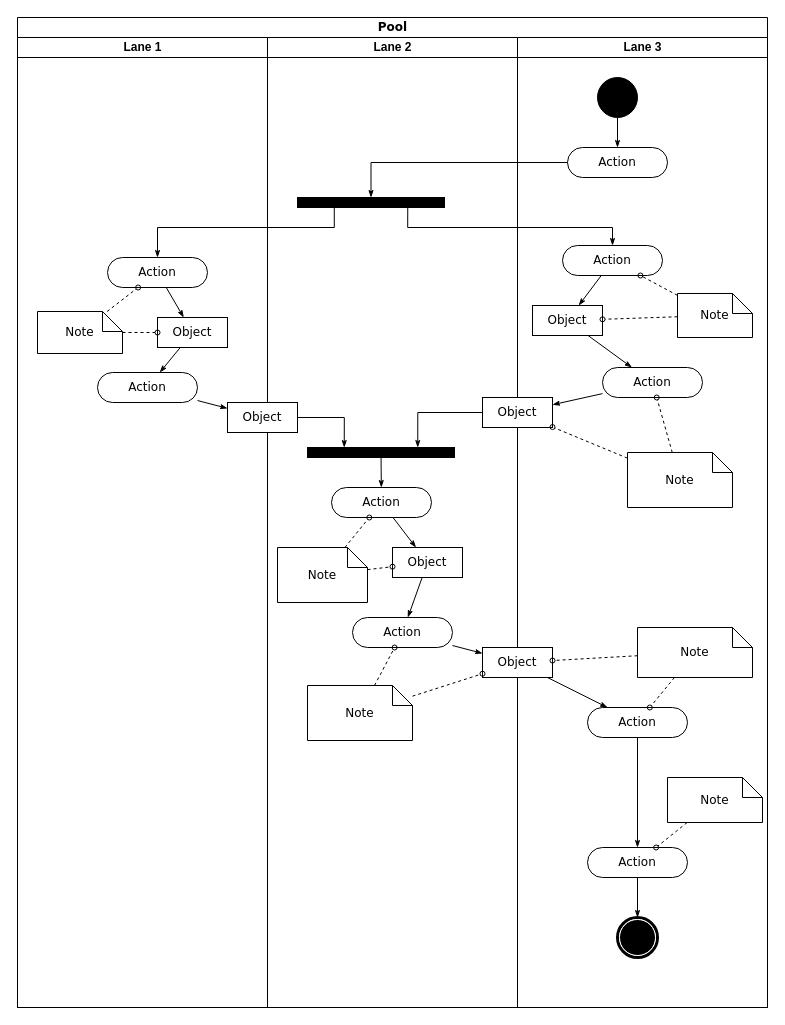
Above: 整体活动图.drawio in RexZheng-cug/chart (draw.io), before the change. Source tidied: cells renumbered, new cells numbered last; positions are measured from the earlier drawing's top-left corner, leaving out a move shared by most shapes. Both pictures are drawn from the tidied source at 100%, with x=0, y=0 at pixel (17, 17).
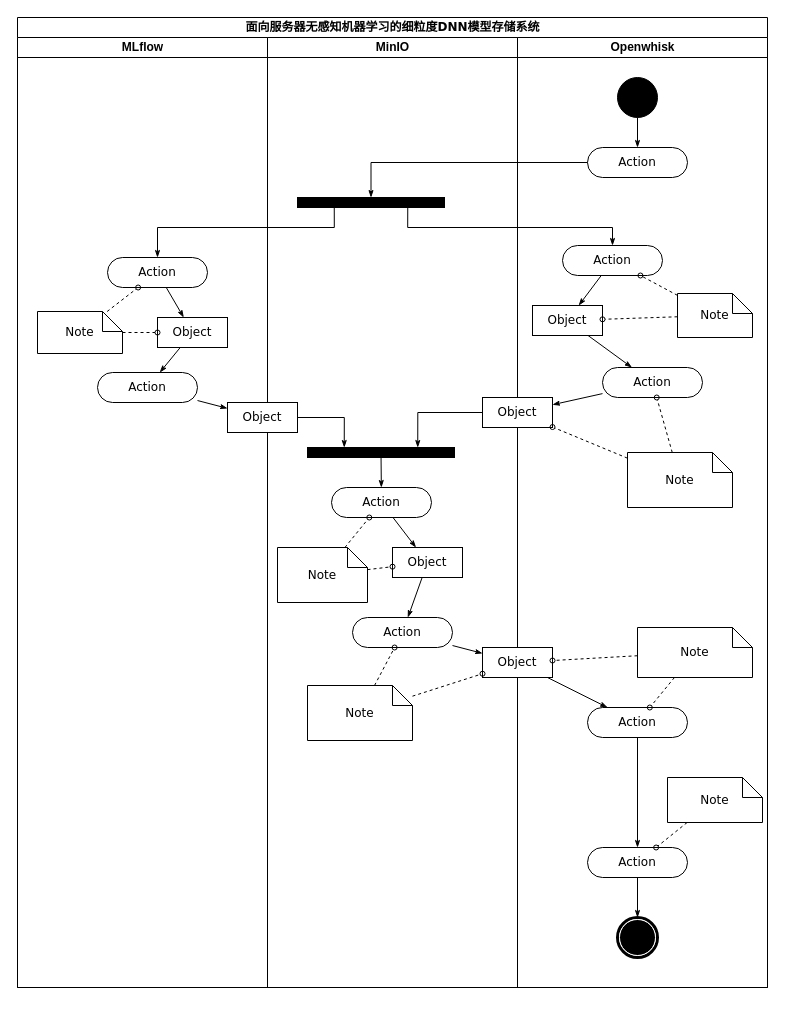
Above is the later version.

Commit message:
更新整体活动图.drawio

The edit, as a diff of the source:
```diff
@@
-    <mxCell id="2" value="Pool" style="swimlane;html=1;startSize=20;rounded=0;shadow=0;comic=0;labelBackgroundColor=none;strokeWidth=1;fontFamily=Verdana;fontSize=12;align=center;" parent="1" vertex="1">
-      <mxGeometry width="750" height="990" as="geometry" />
+    <mxCell id="2" value="面向服务器无感知机器学习的细粒度DNN模型存储系统" style="swimlane;html=1;startSize=20;rounded=0;shadow=0;comic=0;labelBackgroundColor=none;strokeWidth=1;fontFamily=Verdana;fontSize=12;align=center;" parent="1" vertex="1">
+      <mxGeometry width="750" height="970" as="geometry" />
     </mxCell>
-    <mxCell id="3" value="Lane 1" style="swimlane;html=1;startSize=20;" parent="2" vertex="1">
-      <mxGeometry y="20" width="250" height="970" as="geometry" />
+    <mxCell id="3" value="MLflow" style="swimlane;html=1;startSize=20;" parent="2" vertex="1">
+      <mxGeometry y="20" width="250" height="950" as="geometry" />
     </mxCell>
@@
-    <mxCell id="12" value="Lane 2" style="swimlane;html=1;startSize=20;" parent="2" vertex="1">
-      <mxGeometry x="250" y="20" width="250" height="970" as="geometry" />
+    <mxCell id="12" value="MinIO" style="swimlane;html=1;startSize=20;" parent="2" vertex="1">
+      <mxGeometry x="250" y="20" width="250" height="950" as="geometry" />
     </mxCell>
@@
-    <mxCell id="28" value="Lane 3" style="swimlane;html=1;startSize=20;" parent="2" vertex="1">
-      <mxGeometry x="500" y="20" width="250" height="970" as="geometry" />
+    <mxCell id="28" value="Openwhisk" style="swimlane;html=1;startSize=20;" parent="2" vertex="1">
+      <mxGeometry x="500" y="20" width="250" height="950" as="geometry" />
     </mxCell>
@@
     <mxCell id="30" style="ellipse;whiteSpace=wrap;html=1;rounded=0;shadow=0;comic=0;labelBackgroundColor=none;strokeWidth=1;fillColor=#000000;fontFamily=Verdana;fontSize=12;align=center;" parent="28" vertex="1">
-      <mxGeometry x="80" y="40" width="40" height="40" as="geometry" />
+      <mxGeometry x="100" y="40" width="40" height="40" as="geometry" />
     </mxCell>
     <mxCell id="31" value="Action" style="rounded=1;whiteSpace=wrap;html=1;shadow=0;comic=0;labelBackgroundColor=none;strokeWidth=1;fontFamily=Verdana;fontSize=12;align=center;arcSize=50;" parent="28" vertex="1">
-      <mxGeometry x="50" y="110" width="100" height="30" as="geometry" />
+      <mxGeometry x="70" y="110" width="100" height="30" as="geometry" />
     </mxCell>
```
